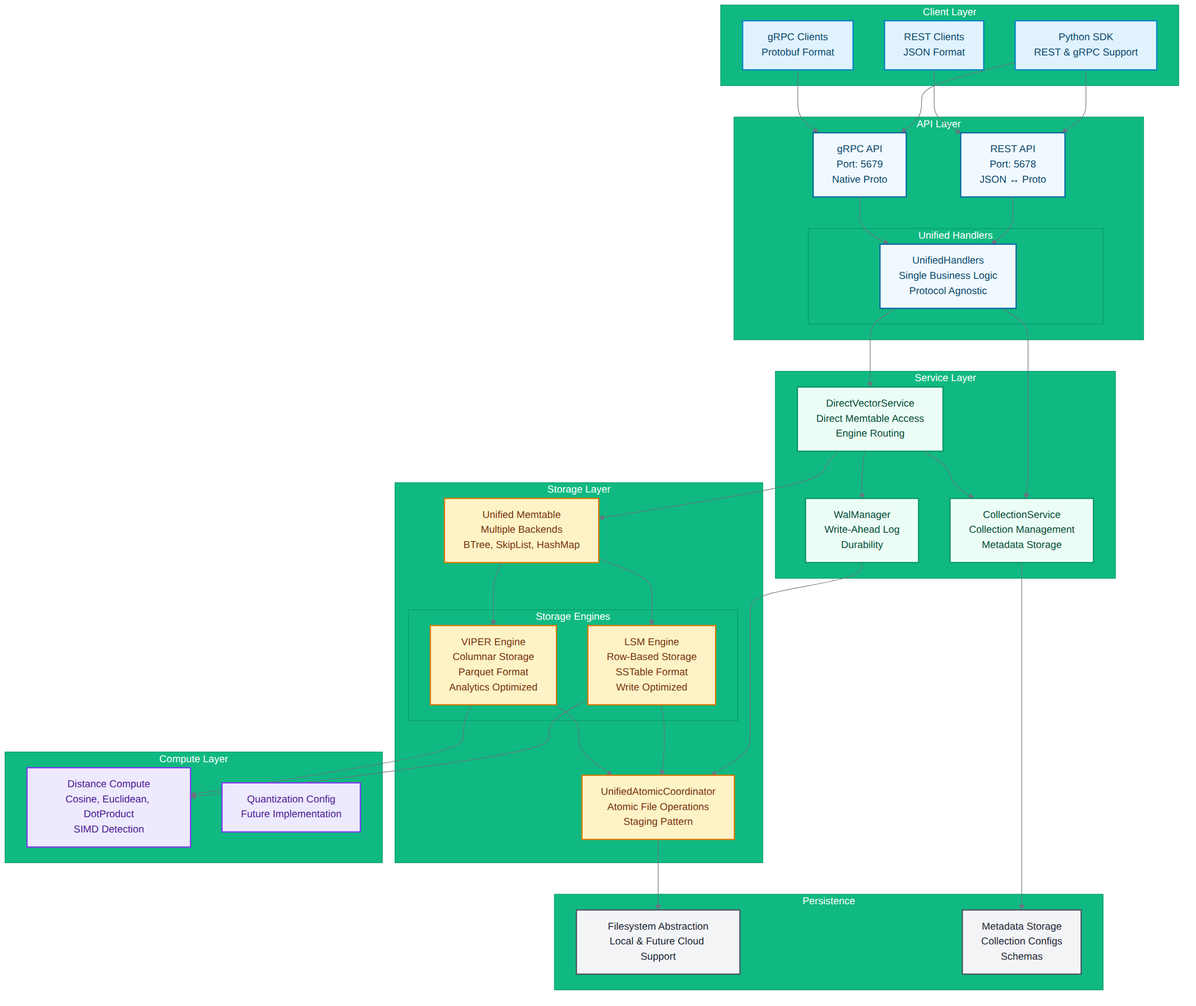
Before: docs/diagrams/images/proximadb-actual-architecture.png, a diagram exported from Mermaid (vjsingh1984/proximaDB). Its source is kept beside it as docs/diagrams/proximadb-actual-architecture.mmd.
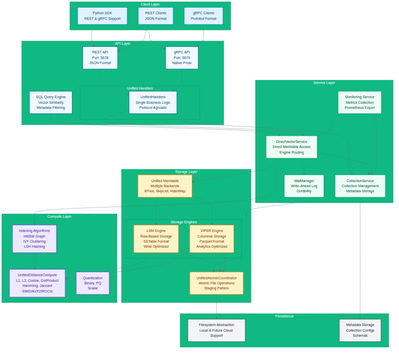
After the change.

What changed in the source:
```diff
@@ -8,8 +8,9 @@
     end
 
     subgraph "API Layer"
-        RestAPI[REST API<br/>Port: 5678<br/>JSON ↔ Proto]
+        RestAPI[REST API<br/>Port: 5678<br/>JSON Format]
         GrpcAPI[gRPC API<br/>Port: 5679<br/>Native Proto]
+        SQL[SQL Query Engine<br/>Vector Similarity<br/>Metadata Filtering]
 
         subgraph "Unified Handlers"
             UH[UnifiedHandlers<br/>Single Business Logic<br/>Protocol Agnostic]
@@ -20,6 +21,7 @@
         DVS[DirectVectorService<br/>Direct Memtable Access<br/>Engine Routing]
         CS[CollectionService<br/>Collection Management<br/>Metadata Storage]
         WM[WalManager<br/>Write-Ahead Log<br/>Durability]
+        MON[Monitoring Service<br/>Metrics Collection<br/>Prometheus Export]
     end
 
     subgraph "Storage Layer"
@@ -34,8 +36,9 @@
     end
 
     subgraph "Compute Layer"
-        DC[Distance Compute<br/>Cosine, Euclidean, DotProduct<br/>SIMD Detection]
-        QE[Quantization Config<br/>Future Implementation]
+        DC[UnifiedDistanceCompute<br/>L1, L2, Cosine, DotProduct<br/>Hamming, Jaccard<br/>SIMD/AVX2/ROCm]
+        IDX[Indexing Algorithms<br/>HNSW Graph<br/>IVF Clustering<br/>LSH Hashing]
+        QE[Quantization<br/>Binary, PQ<br/>Scalar]
     end
 
     subgraph "Persistence"
@@ -48,8 +51,9 @@
     RestClient --> RestAPI
     GrpcClient --> GrpcAPI
 
-    RestAPI --> UH
+    RestAPI -.-> UH
     GrpcAPI --> UH
+    SQL --> DVS
 
     UH --> DVS
     UH --> CS
@@ -58,6 +62,8 @@
     DVS --> WM
     DVS --> MT
     CS --> META
+    MON --> DVS
+    MON --> CS
 
     WM --> UAC
     MT --> LSM
@@ -68,6 +74,8 @@
 
     LSM --> DC
     VIPER --> DC
+    DVS --> IDX
+    IDX --> DC
 
     classDef client fill:#e0f2fe,stroke:#0284c7,color:#0c4a6e,stroke-width:2px
     classDef api fill:#f0f9ff,stroke:#0369a1,color:#0c4a6e,stroke-width:2px
@@ -77,8 +85,8 @@
     classDef persist fill:#f3f4f6,stroke:#4b5563,color:#1f2937,stroke-width:2px
 
     class Python,RestClient,GrpcClient client
-    class RestAPI,GrpcAPI,UH api
-    class DVS,CS,WM service
+    class RestAPI,GrpcAPI,UH,SQL api
+    class DVS,CS,WM,MON service
     class LSM,VIPER,MT,UAC storage
-    class DC,QE compute
+    class DC,IDX,QE compute
     class FS,META persist
```
